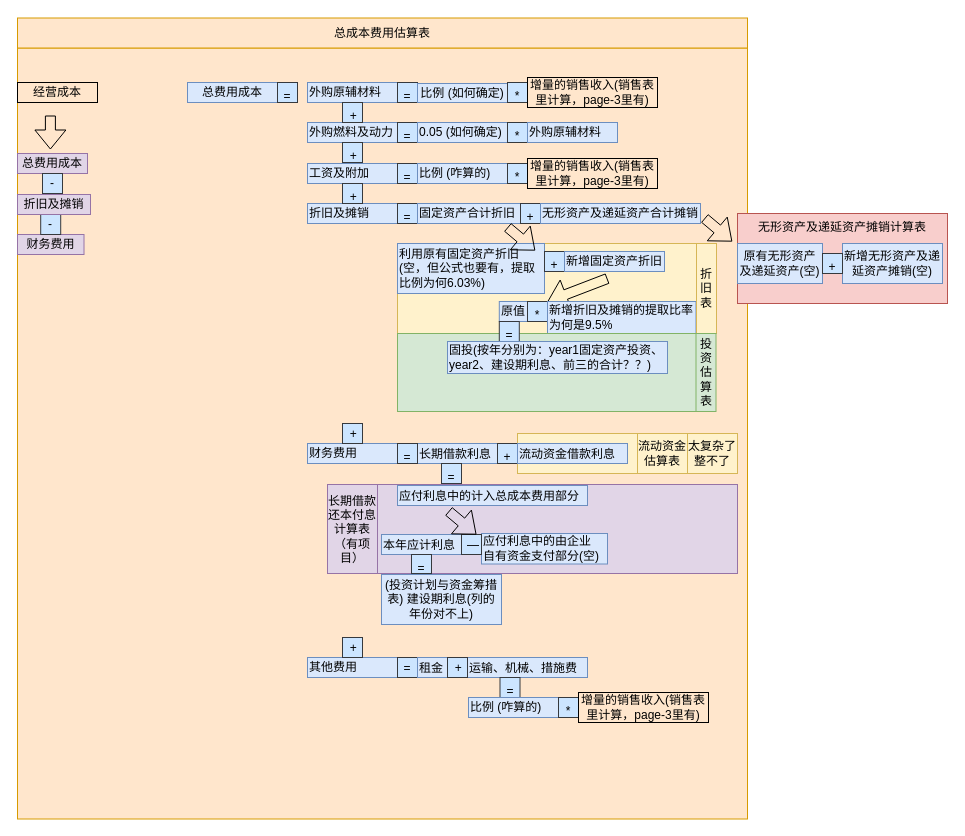
Before: page "总费用成本" (4 of 4) of Untitled Diagram.drawio in Yatttin/attention-nmt, a draw.io diagram. Source tidied: cells renumbered, new cells numbered last; positions are measured from the earlier drawing's top-left corner, leaving out a move shared by most shapes. Both pictures are drawn from the tidied source at 100%, with x=0, y=0 at pixel (17, 17).
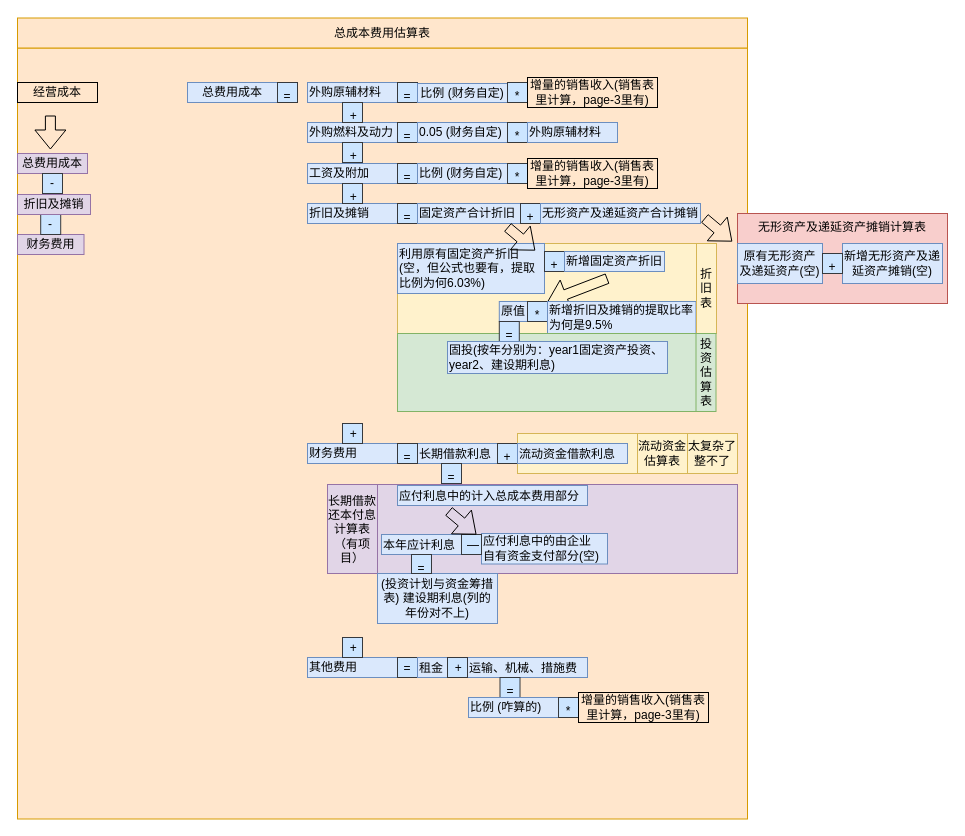
Above is the later version.

What changed in the source:
```diff
@@
-    <mxCell id="18" value="比例 (如何确定)" style="rounded=0;whiteSpace=wrap;html=1;fillColor=#dae8fc;strokeColor=#6c8ebf;" parent="1" vertex="1">
+    <mxCell id="18" value="比例 (财务自定)" style="rounded=0;whiteSpace=wrap;html=1;fillColor=#dae8fc;strokeColor=#6c8ebf;" parent="1" vertex="1">
       <mxGeometry x="400" y="66" width="90" height="19" as="geometry" />
     </mxCell>
@@
-    <mxCell id="22" value="0.05 (如何确定)" style="text;align=left;html=1;verticalAlign=middle;whiteSpace=wrap;rounded=0;fillColor=#dae8fc;strokeColor=#6c8ebf;" parent="1" vertex="1">
+    <mxCell id="22" value="0.05 (财务自定)" style="text;align=left;html=1;verticalAlign=middle;whiteSpace=wrap;rounded=0;fillColor=#dae8fc;strokeColor=#6c8ebf;" parent="1" vertex="1">
       <mxGeometry x="400" y="105" width="90" height="20" as="geometry" />
     </mxCell>
@@
-    <mxCell id="26" value="比例 (咋算的)" style="text;align=left;html=1;verticalAlign=middle;whiteSpace=wrap;rounded=0;fillColor=#dae8fc;strokeColor=#6c8ebf;" parent="1" vertex="1">
+    <mxCell id="26" value="比例 (财务自定)" style="text;align=left;html=1;verticalAlign=middle;whiteSpace=wrap;rounded=0;fillColor=#dae8fc;strokeColor=#6c8ebf;" parent="1" vertex="1">
       <mxGeometry x="400" y="146" width="90" height="20" as="geometry" />
     </mxCell>
@@
-    <mxCell id="46" value="固投(按年分别为：year1固定资产投资、year2、建设期利息、前三的合计？？)" style="text;align=left;html=1;verticalAlign=middle;whiteSpace=wrap;rounded=0;fillColor=#dae8fc;strokeColor=#6c8ebf;" parent="1" vertex="1">
+    <mxCell id="46" value="固投(按年分别为：year1固定资产投资、year2、建设期利息)" style="text;align=left;html=1;verticalAlign=middle;whiteSpace=wrap;rounded=0;fillColor=#dae8fc;strokeColor=#6c8ebf;" parent="1" vertex="1">
       <mxGeometry x="430" y="324" width="220" height="32" as="geometry" />
     </mxCell>
@@
     <mxCell id="59" value="(投资计划与资金筹措表) 建设期利息(列的年份对不上)" style="rounded=0;whiteSpace=wrap;html=1;fillColor=#dae8fc;strokeColor=#6c8ebf;" parent="1" vertex="1">
-      <mxGeometry x="364" y="557" width="120" height="50" as="geometry" />
+      <mxGeometry x="360" y="556" width="120" height="50" as="geometry" />
     </mxCell>
```
